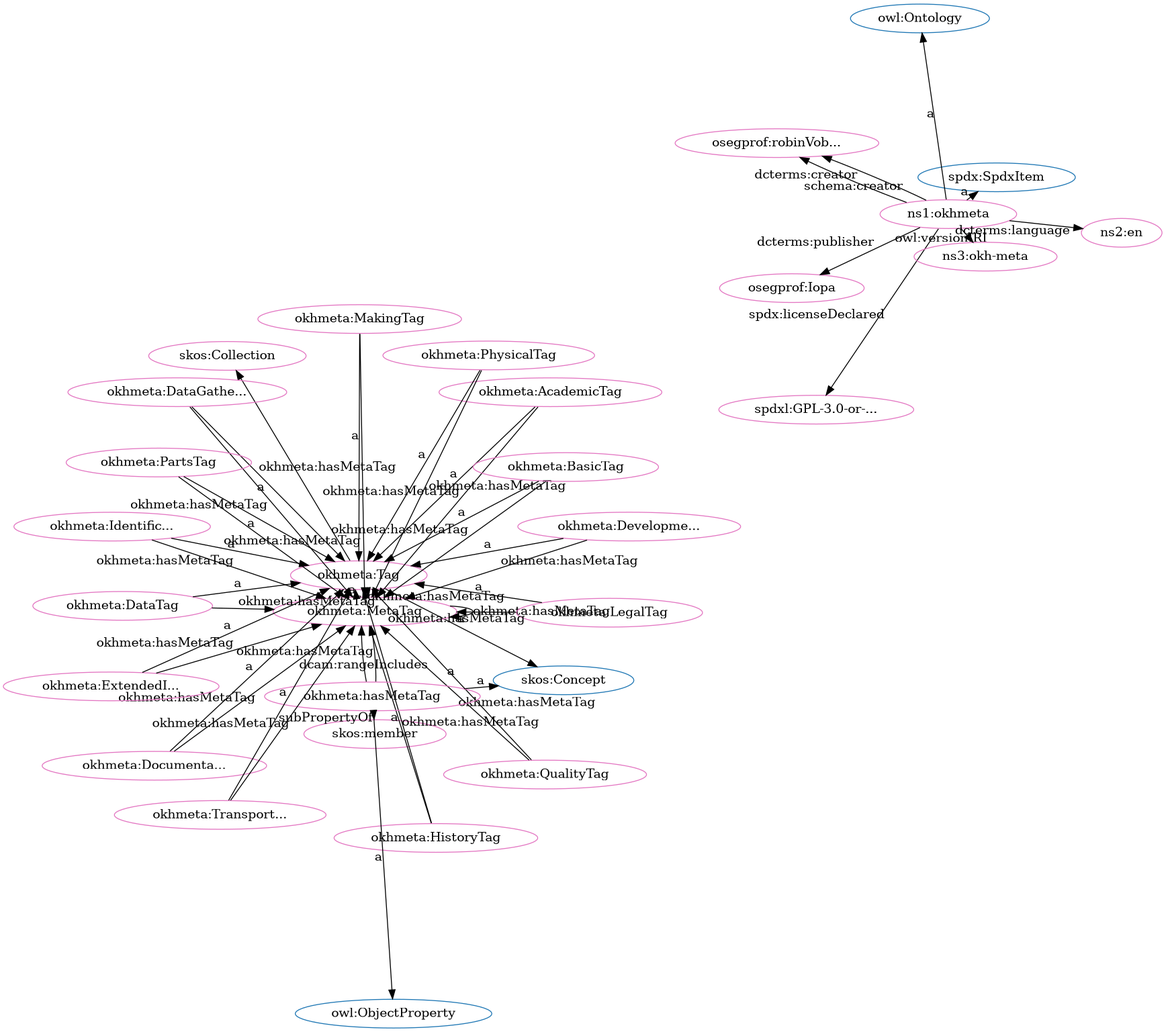
Before: src/spec/fdp_okh-meta.png, a diagram exported from Graphviz (iop-alliance/OpenKnowHow). Its source is kept beside it as src/spec/fdp_okh-meta.dot.
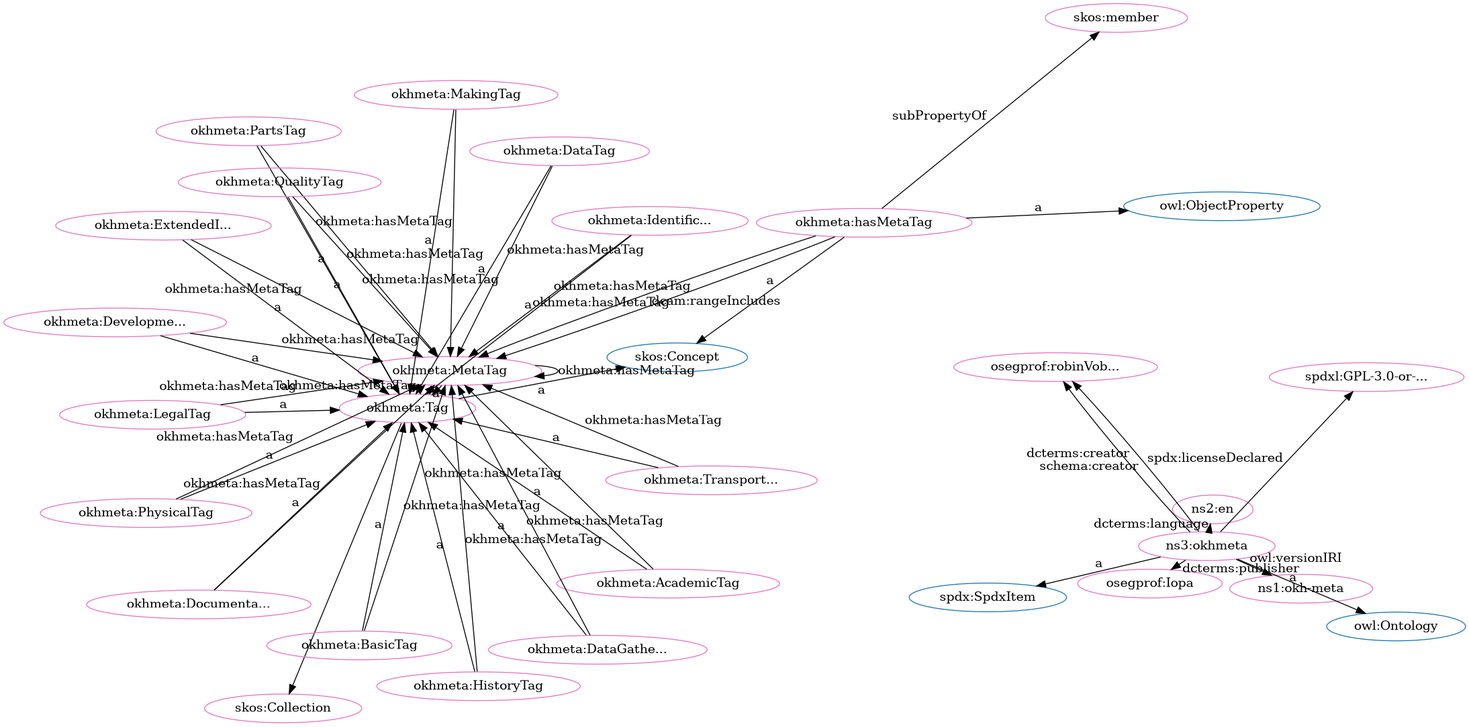
The same diagram one commit later.

What changed in the source:
```diff
@@ -1,84 +1,84 @@
 digraph G {
   rankdir=BT
   node[height=.3]
+"http://spdx.org/rdf/terms#SpdxItem" [fillcolor="#1f77b4" color="#1f77b4" label="spdx:SpdxItem"]
+"http://www.w3.org/2004/02/skos/core#Collection" [fillcolor="#1f77b4" color="#1f77b4" label="skos:Collection"]
+"http://www.w3.org/2002/07/owl#Ontology" [fillcolor="#1f77b4" color="#1f77b4" label="owl:Ontology"]
 "http://w3id.org/oseg/ont/okhmeta#Tag" [fillcolor="#1f77b4" color="#1f77b4" label="okhmeta:Tag"]
-"http://www.w3.org/2002/07/owl#Ontology" [fillcolor="#1f77b4" color="#1f77b4" label="owl:Ontology"]
+"http://www.w3.org/2002/07/owl#ObjectProperty" [fillcolor="#1f77b4" color="#1f77b4" label="owl:ObjectProperty"]
 "http://www.w3.org/2004/02/skos/core#Concept" [fillcolor="#1f77b4" color="#1f77b4" label="skos:Concept"]
-"http://spdx.org/rdf/terms#SpdxItem" [fillcolor="#1f77b4" color="#1f77b4" label="spdx:SpdxItem"]
-"http://www.w3.org/2002/07/owl#ObjectProperty" [fillcolor="#1f77b4" color="#1f77b4" label="owl:ObjectProperty"]
-"http://www.w3.org/2004/02/skos/core#Collection" [fillcolor="#1f77b4" color="#1f77b4" label="skos:Collection"]
 "http://w3id.org/oseg/ont/okhmeta#MetaTag" [fillcolor="#e377c2" color="#e377c2" label="okhmeta:MetaTag"]
+"http://w3id.org/oseg/ont/1.1.0/okh-meta" [fillcolor="#e377c2" color="#e377c2" label="ns1:okh-meta"]
+"http://w3id.org/oseg/ont/okhmeta#DataTag" [fillcolor="#e377c2" color="#e377c2" label="okhmeta:DataTag"]
+"http://w3id.org/oseg/ont/okhmeta#TransportationTag" [fillcolor="#e377c2" color="#e377c2" label="okhmeta:Transport..."]
+"http://w3id.org/oseg/ont/okhmeta#Tag" [fillcolor="#e377c2" color="#e377c2" label="okhmeta:Tag"]
+"http://w3id.org/oseg/ont/okhmeta#PartsTag" [fillcolor="#e377c2" color="#e377c2" label="okhmeta:PartsTag"]
+"http://w3id.org/oseg/ont/okhmeta#QualityTag" [fillcolor="#e377c2" color="#e377c2" label="okhmeta:QualityTag"]
+"http://id.loc.gov/vocabulary/iso639-1/en" [fillcolor="#e377c2" color="#e377c2" label="ns2:en"]
+"http://w3id.org/oseg/ont/okhmeta#BasicTag" [fillcolor="#e377c2" color="#e377c2" label="okhmeta:BasicTag"]
+"http://www.w3.org/2004/02/skos/core#member" [fillcolor="#e377c2" color="#e377c2" label="skos:member"]
+"http://w3id.org/oseg/ont/okhmeta#DevelopmentTag" [fillcolor="#e377c2" color="#e377c2" label="okhmeta:Developme..."]
+"http://w3id.org/oseg/ont/okhmeta#IdentificationTag" [fillcolor="#e377c2" color="#e377c2" label="okhmeta:Identific..."]
+"http://spdx.org/licenses/GPL-3.0-or-later" [fillcolor="#e377c2" color="#e377c2" label="spdxl:GPL-3.0-or-..."]
+"http://w3id.org/oseg/ont/oseg-profiles#robinVobruba" [fillcolor="#e377c2" color="#e377c2" label="osegprof:robinVob..."]
+"http://w3id.org/oseg/ont/okhmeta#MakingTag" [fillcolor="#e377c2" color="#e377c2" label="okhmeta:MakingTag"]
+"http://www.w3.org/2004/02/skos/core#Collection" [fillcolor="#e377c2" color="#e377c2" label="skos:Collection"]
+"http://w3id.org/oseg/ont/okhmeta#hasMetaTag" [fillcolor="#e377c2" color="#e377c2" label="okhmeta:hasMetaTag"]
 "http://w3id.org/oseg/ont/oseg-profiles#Iopa" [fillcolor="#e377c2" color="#e377c2" label="osegprof:Iopa"]
-"http://w3id.org/oseg/ont/okhmeta" [fillcolor="#e377c2" color="#e377c2" label="ns1:okhmeta"]
 "http://w3id.org/oseg/ont/okhmeta#AcademicTag" [fillcolor="#e377c2" color="#e377c2" label="okhmeta:AcademicTag"]
-"http://www.w3.org/2004/02/skos/core#member" [fillcolor="#e377c2" color="#e377c2" label="skos:member"]
-"http://w3id.org/oseg/ont/okhmeta#MakingTag" [fillcolor="#e377c2" color="#e377c2" label="okhmeta:MakingTag"]
-"http://w3id.org/oseg/ont/okhmeta#QualityTag" [fillcolor="#e377c2" color="#e377c2" label="okhmeta:QualityTag"]
+"http://w3id.org/oseg/ont/okhmeta#HistoryTag" [fillcolor="#e377c2" color="#e377c2" label="okhmeta:HistoryTag"]
+"http://w3id.org/oseg/ont/okhmeta" [fillcolor="#e377c2" color="#e377c2" label="ns3:okhmeta"]
+"http://w3id.org/oseg/ont/okhmeta#PhysicalTag" [fillcolor="#e377c2" color="#e377c2" label="okhmeta:PhysicalTag"]
 "http://w3id.org/oseg/ont/okhmeta#DocumentationTag" [fillcolor="#e377c2" color="#e377c2" label="okhmeta:Documenta..."]
 "http://w3id.org/oseg/ont/okhmeta#LegalTag" [fillcolor="#e377c2" color="#e377c2" label="okhmeta:LegalTag"]
-"http://w3id.org/oseg/ont/okhmeta#HistoryTag" [fillcolor="#e377c2" color="#e377c2" label="okhmeta:HistoryTag"]
-"http://id.loc.gov/vocabulary/iso639-1/en" [fillcolor="#e377c2" color="#e377c2" label="ns2:en"]
-"http://w3id.org/oseg/ont/okhmeta#Tag" [fillcolor="#e377c2" color="#e377c2" label="okhmeta:Tag"]
-"http://w3id.org/oseg/ont/oseg-profiles#robinVobruba" [fillcolor="#e377c2" color="#e377c2" label="osegprof:robinVob..."]
-"http://w3id.org/oseg/ont/okhmeta#hasMetaTag" [fillcolor="#e377c2" color="#e377c2" label="okhmeta:hasMetaTag"]
-"http://w3id.org/oseg/ont/okhmeta#PhysicalTag" [fillcolor="#e377c2" color="#e377c2" label="okhmeta:PhysicalTag"]
-"http://spdx.org/licenses/GPL-3.0-or-later" [fillcolor="#e377c2" color="#e377c2" label="spdxl:GPL-3.0-or-..."]
-"http://w3id.org/oseg/ont/okhmeta#DevelopmentTag" [fillcolor="#e377c2" color="#e377c2" label="okhmeta:Developme..."]
-"http://w3id.org/oseg/ont/okhmeta#BasicTag" [fillcolor="#e377c2" color="#e377c2" label="okhmeta:BasicTag"]
 "http://w3id.org/oseg/ont/okhmeta#ExtendedInfoTag" [fillcolor="#e377c2" color="#e377c2" label="okhmeta:ExtendedI..."]
-"http://www.w3.org/2004/02/skos/core#Collection" [fillcolor="#e377c2" color="#e377c2" label="skos:Collection"]
-"http://w3id.org/oseg/ont/1.1.0/okh-meta" [fillcolor="#e377c2" color="#e377c2" label="ns3:okh-meta"]
-"http://w3id.org/oseg/ont/okhmeta#IdentificationTag" [fillcolor="#e377c2" color="#e377c2" label="okhmeta:Identific..."]
 "http://w3id.org/oseg/ont/okhmeta#DataGatheringTag" [fillcolor="#e377c2" color="#e377c2" label="okhmeta:DataGathe..."]
-"http://w3id.org/oseg/ont/okhmeta#PartsTag" [fillcolor="#e377c2" color="#e377c2" label="okhmeta:PartsTag"]
-"http://w3id.org/oseg/ont/okhmeta#TransportationTag" [fillcolor="#e377c2" color="#e377c2" label="okhmeta:Transport..."]
-"http://w3id.org/oseg/ont/okhmeta#DataTag" [fillcolor="#e377c2" color="#e377c2" label="okhmeta:DataTag"]
+  "http://w3id.org/oseg/ont/okhmeta" -> "http://w3id.org/oseg/ont/1.1.0/okh-meta" [label="owl:versionIRI"]
+  "http://w3id.org/oseg/ont/okhmeta#DataTag" -> "http://w3id.org/oseg/ont/okhmeta#Tag" [label="a"]
+  "http://w3id.org/oseg/ont/okhmeta#TransportationTag" -> "http://w3id.org/oseg/ont/okhmeta#Tag" [label="a"]
+  "http://w3id.org/oseg/ont/okhmeta#PartsTag" -> "http://w3id.org/oseg/ont/okhmeta#Tag" [label="a"]
+  "http://w3id.org/oseg/ont/okhmeta#LegalTag" -> "http://w3id.org/oseg/ont/okhmeta#MetaTag" [label="okhmeta:hasMetaTag"]
+  "http://w3id.org/oseg/ont/okhmeta#QualityTag" -> "http://w3id.org/oseg/ont/okhmeta#Tag" [label="a"]
+  "http://w3id.org/oseg/ont/okhmeta#ExtendedInfoTag" -> "http://w3id.org/oseg/ont/okhmeta#MetaTag" [label="okhmeta:hasMetaTag"]
+  "http://w3id.org/oseg/ont/okhmeta#BasicTag" -> "http://w3id.org/oseg/ont/okhmeta#Tag" [label="a"]
+  "http://w3id.org/oseg/ont/okhmeta#IdentificationTag" -> "http://w3id.org/oseg/ont/okhmeta#MetaTag" [label="okhmeta:hasMetaTag"]
   "http://w3id.org/oseg/ont/okhmeta#DataGatheringTag" -> "http://w3id.org/oseg/ont/okhmeta#MetaTag" [label="okhmeta:hasMetaTag"]
-  "http://w3id.org/oseg/ont/okhmeta#QualityTag" -> "http://w3id.org/oseg/ont/okhmeta#Tag" [label="a"]
+  "http://w3id.org/oseg/ont/okhmeta#DevelopmentTag" -> "http://w3id.org/oseg/ont/okhmeta#Tag" [label="a"]
+  "http://w3id.org/oseg/ont/okhmeta" -> "http://spdx.org/licenses/GPL-3.0-or-later" [label="spdx:licenseDeclared"]
+  "http://w3id.org/oseg/ont/okhmeta#hasMetaTag" -> "http://w3id.org/oseg/ont/okhmeta#MetaTag" [label="okhmeta:hasMetaTag"]
+  "http://w3id.org/oseg/ont/okhmeta#hasMetaTag" -> "http://w3id.org/oseg/ont/okhmeta#MetaTag" [label="dcam:rangeIncludes"]
+  "http://w3id.org/oseg/ont/okhmeta#hasMetaTag" -> "http://www.w3.org/2002/07/owl#ObjectProperty" [label="a"]
+  "http://w3id.org/oseg/ont/okhmeta" -> "http://w3id.org/oseg/ont/oseg-profiles#Iopa" [label="dcterms:publisher"]
+  "http://w3id.org/oseg/ont/okhmeta#AcademicTag" -> "http://w3id.org/oseg/ont/okhmeta#Tag" [label="a"]
+  "http://w3id.org/oseg/ont/okhmeta#MetaTag" -> "http://w3id.org/oseg/ont/okhmeta#Tag" [label="a"]
+  "http://w3id.org/oseg/ont/okhmeta#LegalTag" -> "http://w3id.org/oseg/ont/okhmeta#Tag" [label="a"]
   "http://w3id.org/oseg/ont/okhmeta#MakingTag" -> "http://w3id.org/oseg/ont/okhmeta#MetaTag" [label="okhmeta:hasMetaTag"]
+  "http://w3id.org/oseg/ont/okhmeta#ExtendedInfoTag" -> "http://w3id.org/oseg/ont/okhmeta#Tag" [label="a"]
+  "http://w3id.org/oseg/ont/okhmeta#HistoryTag" -> "http://w3id.org/oseg/ont/okhmeta#MetaTag" [label="okhmeta:hasMetaTag"]
+  "http://w3id.org/oseg/ont/okhmeta#DataGatheringTag" -> "http://w3id.org/oseg/ont/okhmeta#Tag" [label="a"]
+  "http://w3id.org/oseg/ont/okhmeta#PhysicalTag" -> "http://w3id.org/oseg/ont/okhmeta#MetaTag" [label="okhmeta:hasMetaTag"]
+  "http://w3id.org/oseg/ont/okhmeta#DocumentationTag" -> "http://w3id.org/oseg/ont/okhmeta#MetaTag" [label="okhmeta:hasMetaTag"]
+  "http://w3id.org/oseg/ont/okhmeta#MetaTag" -> "http://w3id.org/oseg/ont/okhmeta#MetaTag" [label="okhmeta:hasMetaTag"]
+  "http://w3id.org/oseg/ont/okhmeta#DataTag" -> "http://w3id.org/oseg/ont/okhmeta#MetaTag" [label="okhmeta:hasMetaTag"]
+  "http://w3id.org/oseg/ont/okhmeta#Tag" -> "http://www.w3.org/2004/02/skos/core#Concept" [label="a"]
+  "http://w3id.org/oseg/ont/okhmeta" -> "http://id.loc.gov/vocabulary/iso639-1/en" [label="dcterms:language"]
+  "http://w3id.org/oseg/ont/okhmeta#DevelopmentTag" -> "http://w3id.org/oseg/ont/okhmeta#MetaTag" [label="okhmeta:hasMetaTag"]
+  "http://w3id.org/oseg/ont/okhmeta#hasMetaTag" -> "http://www.w3.org/2004/02/skos/core#member" [label="subPropertyOf"]
+  "http://w3id.org/oseg/ont/okhmeta#IdentificationTag" -> "http://w3id.org/oseg/ont/okhmeta#Tag" [label="a"]
+  "http://w3id.org/oseg/ont/okhmeta" -> "http://w3id.org/oseg/ont/oseg-profiles#robinVobruba" [label="dcterms:creator"]
+  "http://w3id.org/oseg/ont/okhmeta#MakingTag" -> "http://w3id.org/oseg/ont/okhmeta#Tag" [label="a"]
+  "http://w3id.org/oseg/ont/okhmeta#Tag" -> "http://www.w3.org/2004/02/skos/core#Collection" [label=""]
+  "http://w3id.org/oseg/ont/okhmeta#TransportationTag" -> "http://w3id.org/oseg/ont/okhmeta#MetaTag" [label="okhmeta:hasMetaTag"]
+  "http://w3id.org/oseg/ont/okhmeta#PartsTag" -> "http://w3id.org/oseg/ont/okhmeta#MetaTag" [label="okhmeta:hasMetaTag"]
   "http://w3id.org/oseg/ont/okhmeta#HistoryTag" -> "http://w3id.org/oseg/ont/okhmeta#Tag" [label="a"]
-  "http://w3id.org/oseg/ont/okhmeta#Tag" -> "http://www.w3.org/2004/02/skos/core#Concept" [label="a"]
-  "http://w3id.org/oseg/ont/okhmeta#ExtendedInfoTag" -> "http://w3id.org/oseg/ont/okhmeta#MetaTag" [label="okhmeta:hasMetaTag"]
+  "http://w3id.org/oseg/ont/okhmeta" -> "http://www.w3.org/2002/07/owl#Ontology" [label="a"]
+  "http://w3id.org/oseg/ont/okhmeta#PhysicalTag" -> "http://w3id.org/oseg/ont/okhmeta#Tag" [label="a"]
+  "http://w3id.org/oseg/ont/okhmeta#QualityTag" -> "http://w3id.org/oseg/ont/okhmeta#MetaTag" [label="okhmeta:hasMetaTag"]
+  "http://w3id.org/oseg/ont/okhmeta#DocumentationTag" -> "http://w3id.org/oseg/ont/okhmeta#Tag" [label="a"]
+  "http://w3id.org/oseg/ont/okhmeta#BasicTag" -> "http://w3id.org/oseg/ont/okhmeta#MetaTag" [label="okhmeta:hasMetaTag"]
+  "http://w3id.org/oseg/ont/okhmeta#Tag" -> "http://w3id.org/oseg/ont/okhmeta#MetaTag" [label="okhmeta:hasMetaTag"]
+  "http://w3id.org/oseg/ont/okhmeta" -> "http://w3id.org/oseg/ont/oseg-profiles#robinVobruba" [label="schema:creator"]
   "http://w3id.org/oseg/ont/okhmeta#hasMetaTag" -> "http://www.w3.org/2004/02/skos/core#Concept" [label="a"]
-  "http://w3id.org/oseg/ont/okhmeta#MetaTag" -> "http://w3id.org/oseg/ont/okhmeta#MetaTag" [label="okhmeta:hasMetaTag"]
-  "http://w3id.org/oseg/ont/okhmeta" -> "http://spdx.org/licenses/GPL-3.0-or-later" [label="spdx:licenseDeclared"]
-  "http://w3id.org/oseg/ont/okhmeta#DevelopmentTag" -> "http://w3id.org/oseg/ont/okhmeta#Tag" [label="a"]
-  "http://w3id.org/oseg/ont/okhmeta#hasMetaTag" -> "http://www.w3.org/2002/07/owl#ObjectProperty" [label="a"]
-  "http://w3id.org/oseg/ont/okhmeta#BasicTag" -> "http://w3id.org/oseg/ont/okhmeta#Tag" [label="a"]
-  "http://w3id.org/oseg/ont/okhmeta#HistoryTag" -> "http://w3id.org/oseg/ont/okhmeta#MetaTag" [label="okhmeta:hasMetaTag"]
-  "http://w3id.org/oseg/ont/okhmeta#QualityTag" -> "http://w3id.org/oseg/ont/okhmeta#MetaTag" [label="okhmeta:hasMetaTag"]
-  "http://w3id.org/oseg/ont/okhmeta" -> "http://www.w3.org/2002/07/owl#Ontology" [label="a"]
-  "http://w3id.org/oseg/ont/okhmeta" -> "http://w3id.org/oseg/ont/oseg-profiles#robinVobruba" [label="dcterms:creator"]
-  "http://w3id.org/oseg/ont/okhmeta#DataTag" -> "http://w3id.org/oseg/ont/okhmeta#Tag" [label="a"]
-  "http://w3id.org/oseg/ont/okhmeta#PartsTag" -> "http://w3id.org/oseg/ont/okhmeta#Tag" [label="a"]
-  "http://w3id.org/oseg/ont/okhmeta#TransportationTag" -> "http://w3id.org/oseg/ont/okhmeta#Tag" [label="a"]
-  "http://w3id.org/oseg/ont/okhmeta#BasicTag" -> "http://w3id.org/oseg/ont/okhmeta#MetaTag" [label="okhmeta:hasMetaTag"]
-  "http://w3id.org/oseg/ont/okhmeta#DevelopmentTag" -> "http://w3id.org/oseg/ont/okhmeta#MetaTag" [label="okhmeta:hasMetaTag"]
-  "http://w3id.org/oseg/ont/okhmeta" -> "http://w3id.org/oseg/ont/oseg-profiles#Iopa" [label="dcterms:publisher"]
   "http://w3id.org/oseg/ont/okhmeta#AcademicTag" -> "http://w3id.org/oseg/ont/okhmeta#MetaTag" [label="okhmeta:hasMetaTag"]
   "http://w3id.org/oseg/ont/okhmeta" -> "http://spdx.org/rdf/terms#SpdxItem" [label="a"]
-  "http://w3id.org/oseg/ont/okhmeta#AcademicTag" -> "http://w3id.org/oseg/ont/okhmeta#Tag" [label="a"]
-  "http://w3id.org/oseg/ont/okhmeta#hasMetaTag" -> "http://www.w3.org/2004/02/skos/core#member" [label="subPropertyOf"]
-  "http://w3id.org/oseg/ont/okhmeta#DocumentationTag" -> "http://w3id.org/oseg/ont/okhmeta#MetaTag" [label="okhmeta:hasMetaTag"]
-  "http://w3id.org/oseg/ont/okhmeta#MakingTag" -> "http://w3id.org/oseg/ont/okhmeta#Tag" [label="a"]
-  "http://w3id.org/oseg/ont/okhmeta#DocumentationTag" -> "http://w3id.org/oseg/ont/okhmeta#Tag" [label="a"]
-  "http://w3id.org/oseg/ont/okhmeta#LegalTag" -> "http://w3id.org/oseg/ont/okhmeta#Tag" [label="a"]
-  "http://w3id.org/oseg/ont/okhmeta" -> "http://id.loc.gov/vocabulary/iso639-1/en" [label="dcterms:language"]
-  "http://w3id.org/oseg/ont/okhmeta#Tag" -> "http://w3id.org/oseg/ont/okhmeta#MetaTag" [label="okhmeta:hasMetaTag"]
-  "http://w3id.org/oseg/ont/okhmeta#PartsTag" -> "http://w3id.org/oseg/ont/okhmeta#MetaTag" [label="okhmeta:hasMetaTag"]
-  "http://w3id.org/oseg/ont/okhmeta" -> "http://w3id.org/oseg/ont/oseg-profiles#robinVobruba" [label="schema:creator"]
-  "http://w3id.org/oseg/ont/okhmeta#TransportationTag" -> "http://w3id.org/oseg/ont/okhmeta#MetaTag" [label="okhmeta:hasMetaTag"]
-  "http://w3id.org/oseg/ont/okhmeta#hasMetaTag" -> "http://w3id.org/oseg/ont/okhmeta#MetaTag" [label="dcam:rangeIncludes"]
-  "http://w3id.org/oseg/ont/okhmeta#hasMetaTag" -> "http://w3id.org/oseg/ont/okhmeta#MetaTag" [label="okhmeta:hasMetaTag"]
-  "http://w3id.org/oseg/ont/okhmeta#PhysicalTag" -> "http://w3id.org/oseg/ont/okhmeta#Tag" [label="a"]
-  "http://w3id.org/oseg/ont/okhmeta#LegalTag" -> "http://w3id.org/oseg/ont/okhmeta#MetaTag" [label="okhmeta:hasMetaTag"]
-  "http://w3id.org/oseg/ont/okhmeta#Tag" -> "http://www.w3.org/2004/02/skos/core#Collection" [label=""]
-  "http://w3id.org/oseg/ont/okhmeta#IdentificationTag" -> "http://w3id.org/oseg/ont/okhmeta#MetaTag" [label="okhmeta:hasMetaTag"]
-  "http://w3id.org/oseg/ont/okhmeta" -> "http://w3id.org/oseg/ont/1.1.0/okh-meta" [label="owl:versionIRI"]
-  "http://w3id.org/oseg/ont/okhmeta#IdentificationTag" -> "http://w3id.org/oseg/ont/okhmeta#Tag" [label="a"]
-  "http://w3id.org/oseg/ont/okhmeta#DataGatheringTag" -> "http://w3id.org/oseg/ont/okhmeta#Tag" [label="a"]
-  "http://w3id.org/oseg/ont/okhmeta#MetaTag" -> "http://w3id.org/oseg/ont/okhmeta#Tag" [label="a"]
-  "http://w3id.org/oseg/ont/okhmeta#DataTag" -> "http://w3id.org/oseg/ont/okhmeta#MetaTag" [label="okhmeta:hasMetaTag"]
-  "http://w3id.org/oseg/ont/okhmeta#PhysicalTag" -> "http://w3id.org/oseg/ont/okhmeta#MetaTag" [label="okhmeta:hasMetaTag"]
-  "http://w3id.org/oseg/ont/okhmeta#ExtendedInfoTag" -> "http://w3id.org/oseg/ont/okhmeta#Tag" [label="a"]
 }
```
